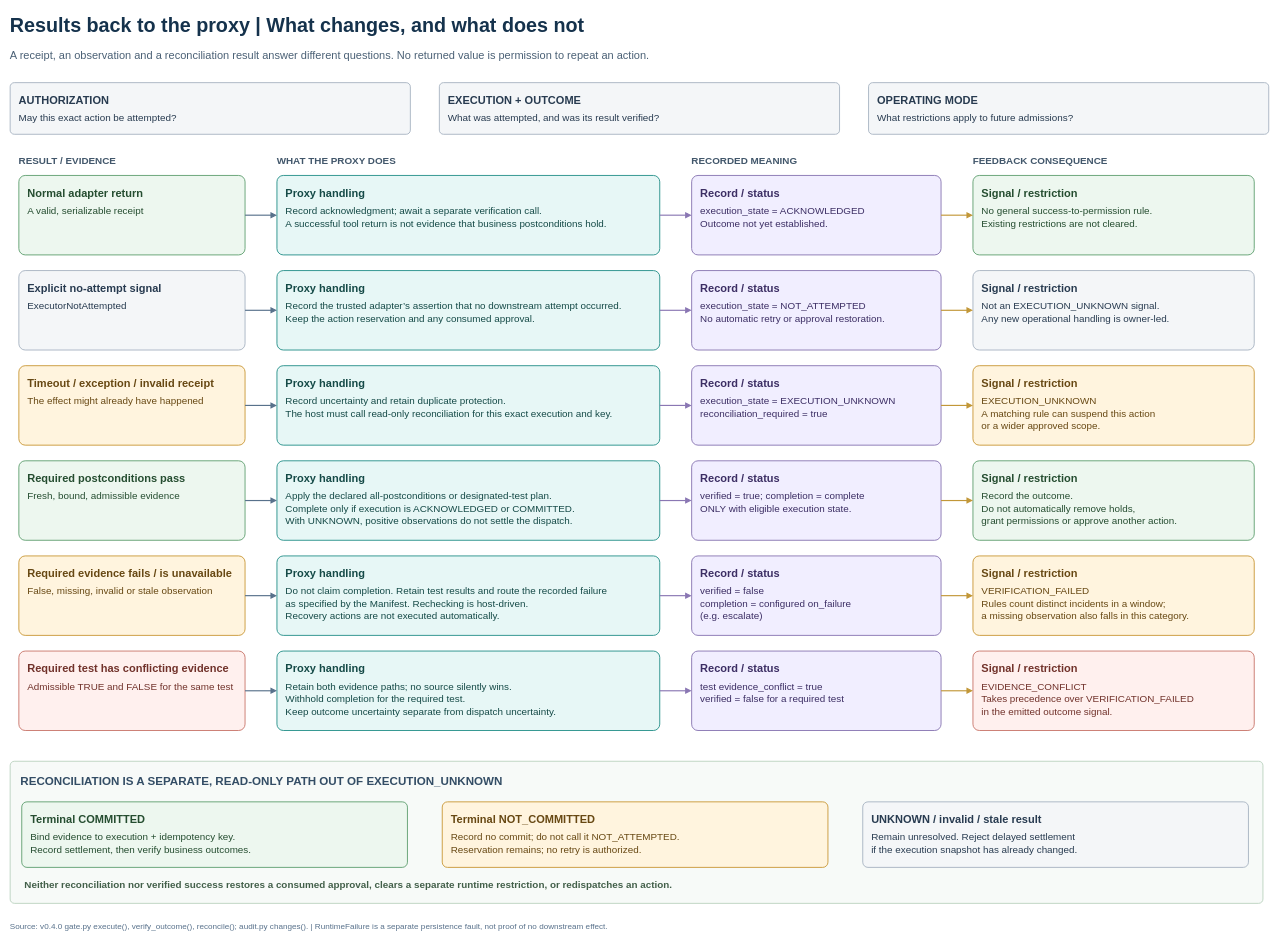
This is page "2. Results at the trusted gate" (2 of 3) of Diagram_Source/Agent_Action_Manifest_Workflow_and_Feedback_v0_4_0.drawio from diptamay/agent-action-manifest, a draw.io file, before an edit. Source tidied: cells renumbered, new cells numbered last; positions are measured from the earlier drawing's top-left corner, leaving out a move shared by most shapes. Both pictures are drawn from the tidied source at 58%, with x=0, y=0 at pixel (10, 10).
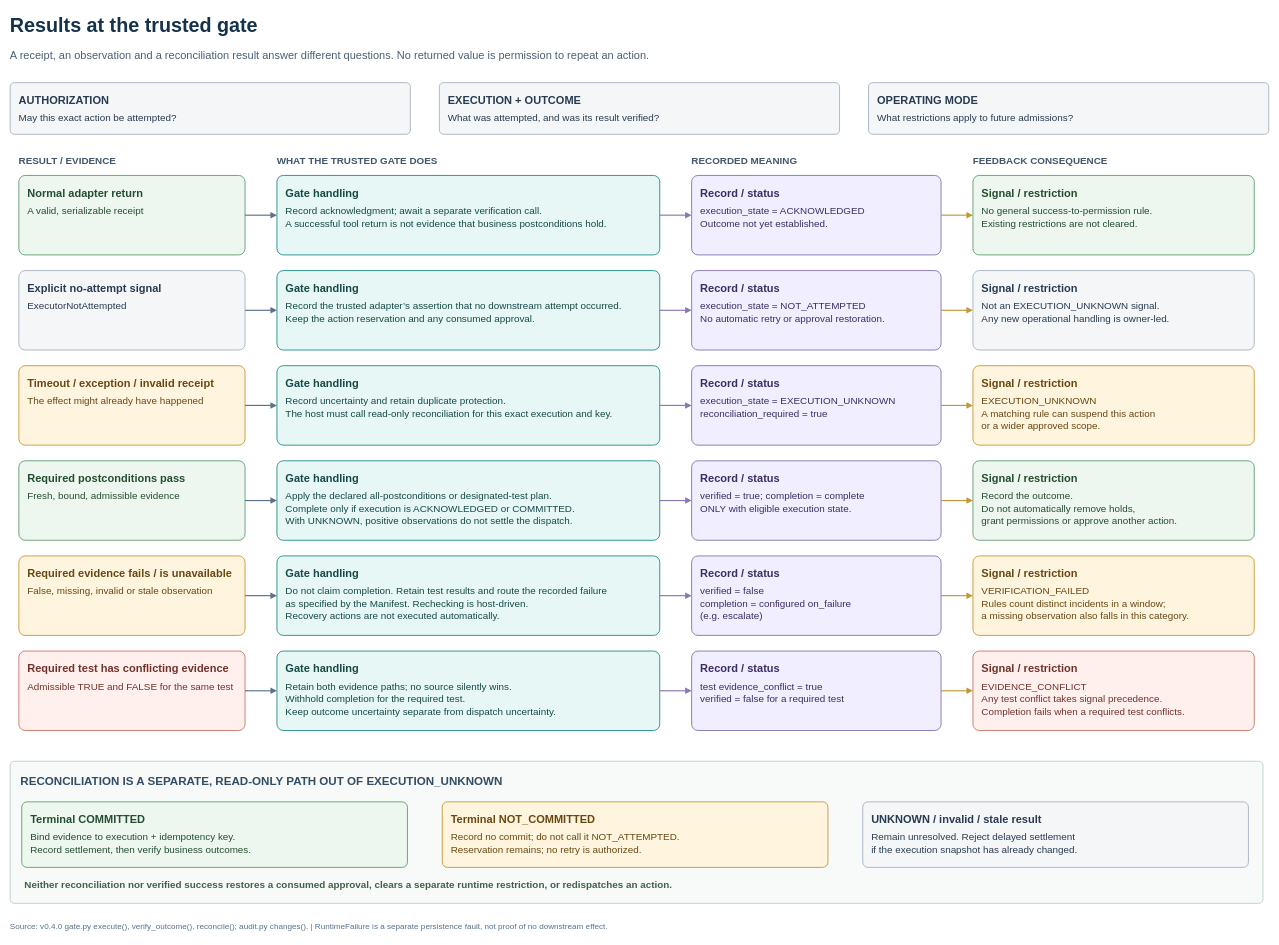
The same page after the edit.

Change to the diagram source:
```diff
@@
-    <mxCell id="2" value="&lt;div style=&quot;font-size:34px;line-height:1.25;color:#15324C;font-weight:700;&quot;&gt;Results back to the proxy | What changes, and what does not&lt;/div&gt;" style="text;html=1;whiteSpace=wrap;fillColor=none;strokeColor=none;align=left;verticalAlign=top;spacing=0;fontFamily=Helvetica;fontSize=34;fontColor=#15324C;" parent="1" vertex="1">
+    <mxCell id="2" value="&lt;div style=&quot;font-size:34px;line-height:1.25;color:#15324C;font-weight:700;&quot;&gt;Results at the trusted gate&lt;/div&gt;" style="text;html=1;whiteSpace=wrap;fillColor=none;strokeColor=none;align=left;verticalAlign=top;spacing=0;fontFamily=Helvetica;fontSize=34;fontColor=#15324C;" parent="1" vertex="1">
       <mxGeometry width="2160" height="52" as="geometry" />
     </mxCell>
@@
-    <mxCell id="8" value="&lt;div style=&quot;font-size:17px;line-height:1.25;color:#42576B;font-weight:700;&quot;&gt;WHAT THE PROXY DOES&lt;/div&gt;" style="text;html=1;whiteSpace=wrap;fillColor=none;strokeColor=none;align=left;verticalAlign=top;spacing=0;fontFamily=Helvetica;fontSize=17;fontColor=#42576B;" parent="1" vertex="1">
+    <mxCell id="8" value="&lt;div style=&quot;font-size:17px;line-height:1.25;color:#42576B;font-weight:700;&quot;&gt;WHAT THE TRUSTED GATE DOES&lt;/div&gt;" style="text;html=1;whiteSpace=wrap;fillColor=none;strokeColor=none;align=left;verticalAlign=top;spacing=0;fontFamily=Helvetica;fontSize=17;fontColor=#42576B;" parent="1" vertex="1">
       <mxGeometry x="460" y="244" width="660" height="27" as="geometry" />
     </mxCell>
@@
-    <mxCell id="12" value="&lt;div style=&quot;font-size:19px;font-weight:700;line-height:1.2;margin-bottom:8px;&quot;&gt;Proxy handling&lt;/div&gt;&lt;div style=&quot;font-size:17px;line-height:1.28;&quot;&gt;Record acknowledgment; await a separate verification call.&lt;br&gt;A successful tool return is not evidence that business postconditions hold.&lt;/div&gt;" style="rounded=1;arcSize=8;html=1;whiteSpace=wrap;align=left;verticalAlign=top;spacing=15;fillColor=#E7F7F6;strokeColor=#28918B;fontColor=#154A47;fontFamily=Helvetica;fontSize=18;strokeWidth=1.6;" parent="1" vertex="1">
+    <mxCell id="12" value="&lt;div style=&quot;font-size:19px;font-weight:700;line-height:1.2;margin-bottom:8px;&quot;&gt;Gate handling&lt;/div&gt;&lt;div style=&quot;font-size:17px;line-height:1.28;&quot;&gt;Record acknowledgment; await a separate verification call.&lt;br&gt;A successful tool return is not evidence that business postconditions hold.&lt;/div&gt;" style="rounded=1;arcSize=8;html=1;whiteSpace=wrap;align=left;verticalAlign=top;spacing=15;fillColor=#E7F7F6;strokeColor=#28918B;fontColor=#154A47;fontFamily=Helvetica;fontSize=18;strokeWidth=1.6;" parent="1" vertex="1">
       <mxGeometry x="460" y="285" width="660" height="137" as="geometry" />
     </mxCell>
@@
-    <mxCell id="19" value="&lt;div style=&quot;font-size:19px;font-weight:700;line-height:1.2;margin-bottom:8px;&quot;&gt;Proxy handling&lt;/div&gt;&lt;div style=&quot;font-size:17px;line-height:1.28;&quot;&gt;Record the trusted adapter’s assertion that no downstream attempt occurred.&lt;br&gt;Keep the action reservation and any consumed approval.&lt;/div&gt;" style="rounded=1;arcSize=8;html=1;whiteSpace=wrap;align=left;verticalAlign=top;spacing=15;fillColor=#E7F7F6;strokeColor=#28918B;fontColor=#154A47;fontFamily=Helvetica;fontSize=18;strokeWidth=1.6;" parent="1" vertex="1">
+    <mxCell id="19" value="&lt;div style=&quot;font-size:19px;font-weight:700;line-height:1.2;margin-bottom:8px;&quot;&gt;Gate handling&lt;/div&gt;&lt;div style=&quot;font-size:17px;line-height:1.28;&quot;&gt;Record the trusted adapter’s assertion that no downstream attempt occurred.&lt;br&gt;Keep the action reservation and any consumed approval.&lt;/div&gt;" style="rounded=1;arcSize=8;html=1;whiteSpace=wrap;align=left;verticalAlign=top;spacing=15;fillColor=#E7F7F6;strokeColor=#28918B;fontColor=#154A47;fontFamily=Helvetica;fontSize=18;strokeWidth=1.6;" parent="1" vertex="1">
       <mxGeometry x="460" y="449" width="660" height="137" as="geometry" />
     </mxCell>
@@
-    <mxCell id="26" value="&lt;div style=&quot;font-size:19px;font-weight:700;line-height:1.2;margin-bottom:8px;&quot;&gt;Proxy handling&lt;/div&gt;&lt;div style=&quot;font-size:17px;line-height:1.28;&quot;&gt;Record uncertainty and retain duplicate protection.&lt;br&gt;The host must call read-only reconciliation for this exact execution and key.&lt;/div&gt;" style="rounded=1;arcSize=8;html=1;whiteSpace=wrap;align=left;verticalAlign=top;spacing=15;fillColor=#E7F7F6;strokeColor=#28918B;fontColor=#154A47;fontFamily=Helvetica;fontSize=18;strokeWidth=1.6;" parent="1" vertex="1">
+    <mxCell id="26" value="&lt;div style=&quot;font-size:19px;font-weight:700;line-height:1.2;margin-bottom:8px;&quot;&gt;Gate handling&lt;/div&gt;&lt;div style=&quot;font-size:17px;line-height:1.28;&quot;&gt;Record uncertainty and retain duplicate protection.&lt;br&gt;The host must call read-only reconciliation for this exact execution and key.&lt;/div&gt;" style="rounded=1;arcSize=8;html=1;whiteSpace=wrap;align=left;verticalAlign=top;spacing=15;fillColor=#E7F7F6;strokeColor=#28918B;fontColor=#154A47;fontFamily=Helvetica;fontSize=18;strokeWidth=1.6;" parent="1" vertex="1">
       <mxGeometry x="460" y="613" width="660" height="137" as="geometry" />
     </mxCell>
@@
-    <mxCell id="33" value="&lt;div style=&quot;font-size:19px;font-weight:700;line-height:1.2;margin-bottom:8px;&quot;&gt;Proxy handling&lt;/div&gt;&lt;div style=&quot;font-size:17px;line-height:1.28;&quot;&gt;Apply the declared all-postconditions or designated-test plan.&lt;br&gt;Complete only if execution is ACKNOWLEDGED or COMMITTED.&lt;br&gt;With UNKNOWN, positive observations do not settle the dispatch.&lt;/div&gt;" style="rounded=1;arcSize=8;html=1;whiteSpace=wrap;align=left;verticalAlign=top;spacing=15;fillColor=#E7F7F6;strokeColor=#28918B;fontColor=#154A47;fontFamily=Helvetica;fontSize=18;strokeWidth=1.6;" parent="1" vertex="1">
+    <mxCell id="33" value="&lt;div style=&quot;font-size:19px;font-weight:700;line-height:1.2;margin-bottom:8px;&quot;&gt;Gate handling&lt;/div&gt;&lt;div style=&quot;font-size:17px;line-height:1.28;&quot;&gt;Apply the declared all-postconditions or designated-test plan.&lt;br&gt;Complete only if execution is ACKNOWLEDGED or COMMITTED.&lt;br&gt;With UNKNOWN, positive observations do not settle the dispatch.&lt;/div&gt;" style="rounded=1;arcSize=8;html=1;whiteSpace=wrap;align=left;verticalAlign=top;spacing=15;fillColor=#E7F7F6;strokeColor=#28918B;fontColor=#154A47;fontFamily=Helvetica;fontSize=18;strokeWidth=1.6;" parent="1" vertex="1">
       <mxGeometry x="460" y="777" width="660" height="137" as="geometry" />
     </mxCell>
@@
-    <mxCell id="40" value="&lt;div style=&quot;font-size:19px;font-weight:700;line-height:1.2;margin-bottom:8px;&quot;&gt;Proxy handling&lt;/div&gt;&lt;div style=&quot;font-size:17px;line-height:1.28;&quot;&gt;Do not claim completion. Retain test results and route the recorded failure&lt;br&gt;as specified by the Manifest. Rechecking is host-driven.&lt;br&gt;Recovery actions are not executed automatically.&lt;/div&gt;" style="rounded=1;arcSize=8;html=1;whiteSpace=wrap;align=left;verticalAlign=top;spacing=15;fillColor=#E7F7F6;strokeColor=#28918B;fontColor=#154A47;fontFamily=Helvetica;fontSize=18;strokeWidth=1.6;" parent="1" vertex="1">
+    <mxCell id="40" value="&lt;div style=&quot;font-size:19px;font-weight:700;line-height:1.2;margin-bottom:8px;&quot;&gt;Gate handling&lt;/div&gt;&lt;div style=&quot;font-size:17px;line-height:1.28;&quot;&gt;Do not claim completion. Retain test results and route the recorded failure&lt;br&gt;as specified by the Manifest. Rechecking is host-driven.&lt;br&gt;Recovery actions are not executed automatically.&lt;/div&gt;" style="rounded=1;arcSize=8;html=1;whiteSpace=wrap;align=left;verticalAlign=top;spacing=15;fillColor=#E7F7F6;strokeColor=#28918B;fontColor=#154A47;fontFamily=Helvetica;fontSize=18;strokeWidth=1.6;" parent="1" vertex="1">
       <mxGeometry x="460" y="941" width="660" height="137" as="geometry" />
     </mxCell>
@@
-    <mxCell id="47" value="&lt;div style=&quot;font-size:19px;font-weight:700;line-height:1.2;margin-bottom:8px;&quot;&gt;Proxy handling&lt;/div&gt;&lt;div style=&quot;font-size:17px;line-height:1.28;&quot;&gt;Retain both evidence paths; no source silently wins.&lt;br&gt;Withhold completion for the required test.&lt;br&gt;Keep outcome uncertainty separate from dispatch uncertainty.&lt;/div&gt;" style="rounded=1;arcSize=8;html=1;whiteSpace=wrap;align=left;verticalAlign=top;spacing=15;fillColor=#E7F7F6;strokeColor=#28918B;fontColor=#154A47;fontFamily=Helvetica;fontSize=18;strokeWidth=1.6;" parent="1" vertex="1">
+    <mxCell id="47" value="&lt;div style=&quot;font-size:19px;font-weight:700;line-height:1.2;margin-bottom:8px;&quot;&gt;Gate handling&lt;/div&gt;&lt;div style=&quot;font-size:17px;line-height:1.28;&quot;&gt;Retain both evidence paths; no source silently wins.&lt;br&gt;Withhold completion for the required test.&lt;br&gt;Keep outcome uncertainty separate from dispatch uncertainty.&lt;/div&gt;" style="rounded=1;arcSize=8;html=1;whiteSpace=wrap;align=left;verticalAlign=top;spacing=15;fillColor=#E7F7F6;strokeColor=#28918B;fontColor=#154A47;fontFamily=Helvetica;fontSize=18;strokeWidth=1.6;" parent="1" vertex="1">
       <mxGeometry x="460" y="1105" width="660" height="137" as="geometry" />
     </mxCell>
@@
-    <mxCell id="49" value="&lt;div style=&quot;font-size:19px;font-weight:700;line-height:1.2;margin-bottom:8px;&quot;&gt;Signal / restriction&lt;/div&gt;&lt;div style=&quot;font-size:17px;line-height:1.28;&quot;&gt;EVIDENCE_CONFLICT&lt;br&gt;Takes precedence over VERIFICATION_FAILED&lt;br&gt;in the emitted outcome signal.&lt;/div&gt;" style="rounded=1;arcSize=8;html=1;whiteSpace=wrap;align=left;verticalAlign=top;spacing=15;fillColor=#FFF0EE;strokeColor=#C9786E;fontColor=#71322B;fontFamily=Helvetica;fontSize=18;strokeWidth=1.6;" parent="1" vertex="1">
+    <mxCell id="49" value="&lt;div style=&quot;font-size:19px;font-weight:700;line-height:1.2;margin-bottom:8px;&quot;&gt;Signal / restriction&lt;/div&gt;&lt;div style=&quot;font-size:17px;line-height:1.28;&quot;&gt;EVIDENCE_CONFLICT&lt;br&gt;Any test conflict takes signal precedence.&lt;br&gt;Completion fails when a required test conflicts.&lt;/div&gt;" style="rounded=1;arcSize=8;html=1;whiteSpace=wrap;align=left;verticalAlign=top;spacing=15;fillColor=#FFF0EE;strokeColor=#C9786E;fontColor=#71322B;fontFamily=Helvetica;fontSize=18;strokeWidth=1.6;" parent="1" vertex="1">
       <mxGeometry x="1660" y="1105" width="485" height="137" as="geometry" />
     </mxCell>
```
